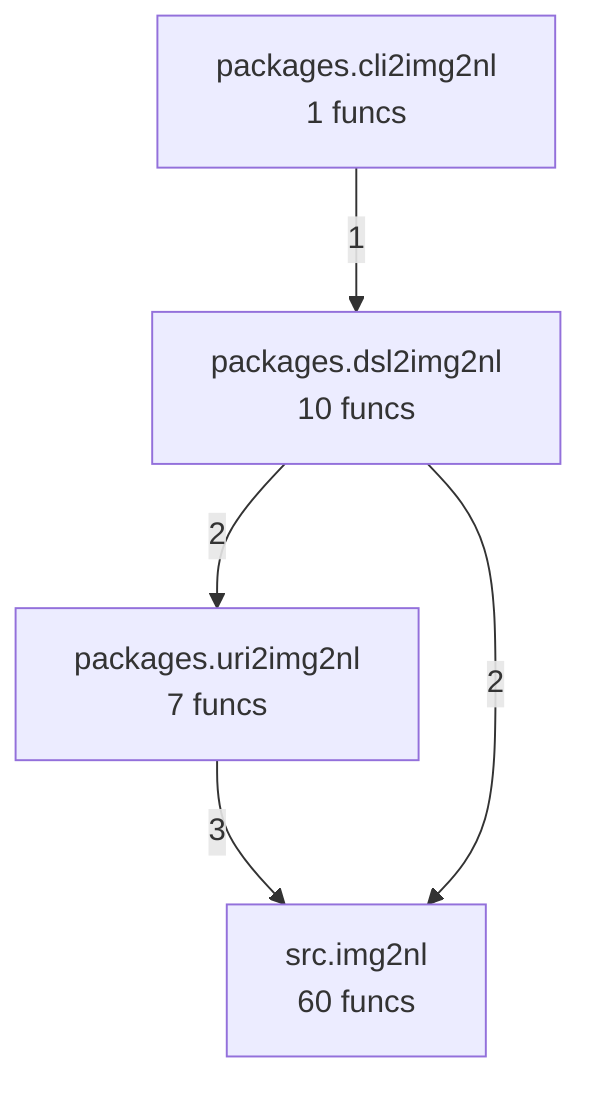
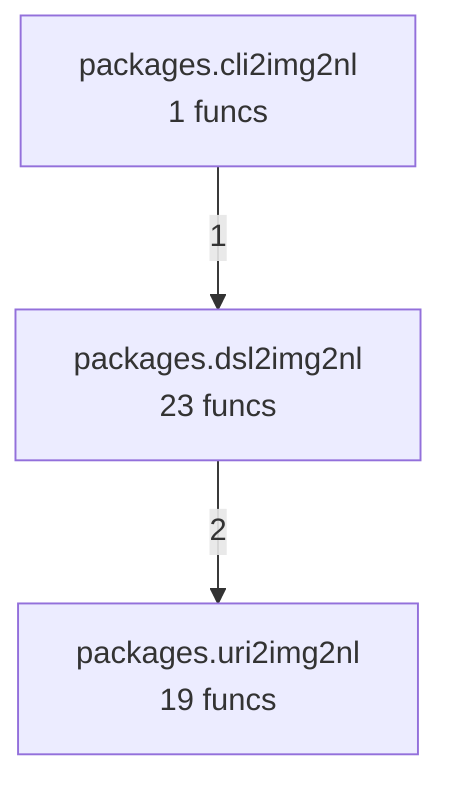
flowchart TD
%% generated in 0.01s
    packages__cli2img2nl["packages.cli2img2nl<br/>1 funcs"]
-     packages__dsl2img2nl["packages.dsl2img2nl<br/>10 funcs"]
-     packages__uri2img2nl["packages.uri2img2nl<br/>7 funcs"]
-     src__img2nl["src.img2nl<br/>60 funcs"]
-     packages__uri2img2nl -->|3| src__img2nl
-     packages__dsl2img2nl -->|2| src__img2nl
+     packages__dsl2img2nl["packages.dsl2img2nl<br/>23 funcs"]
+     packages__uri2img2nl["packages.uri2img2nl<br/>19 funcs"]
    packages__dsl2img2nl -->|2| packages__uri2img2nl
    packages__cli2img2nl -->|1| packages__dsl2img2nl
